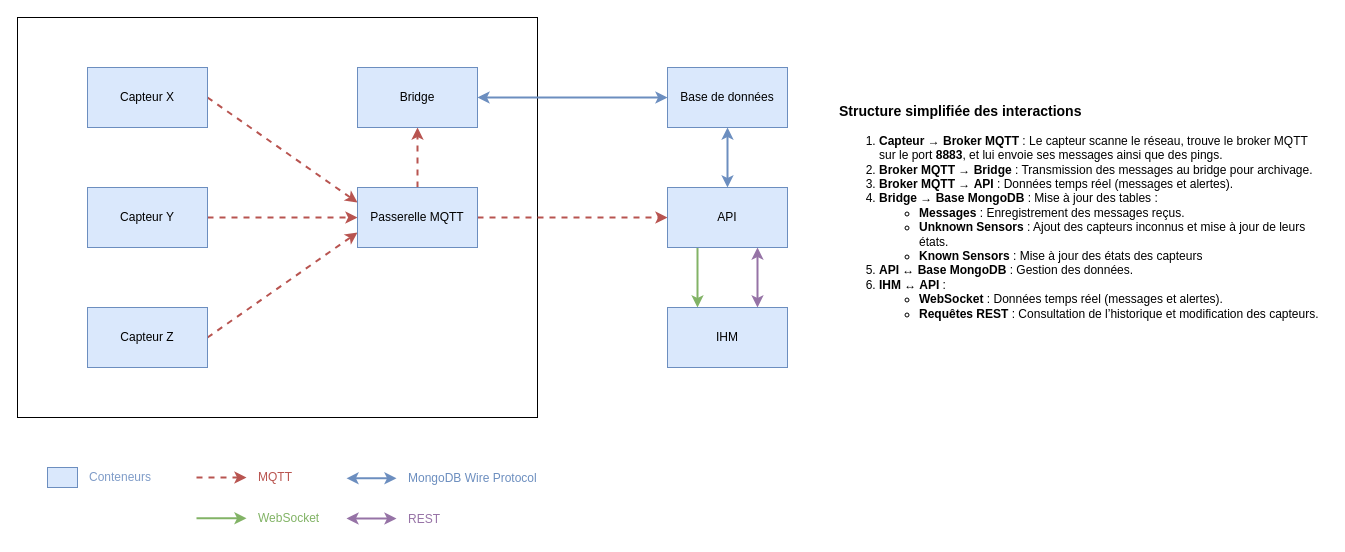
Above: sketch/Architecture.drawio in Mathis-Hu/IoT_Domotique (draw.io), before the change. Source tidied: cells renumbered, new cells numbered last; positions are measured from the earlier drawing's top-left corner, leaving out a move shared by most shapes. Both pictures are drawn from the tidied source at 100%, with x=0, y=0 at pixel (17, 17).
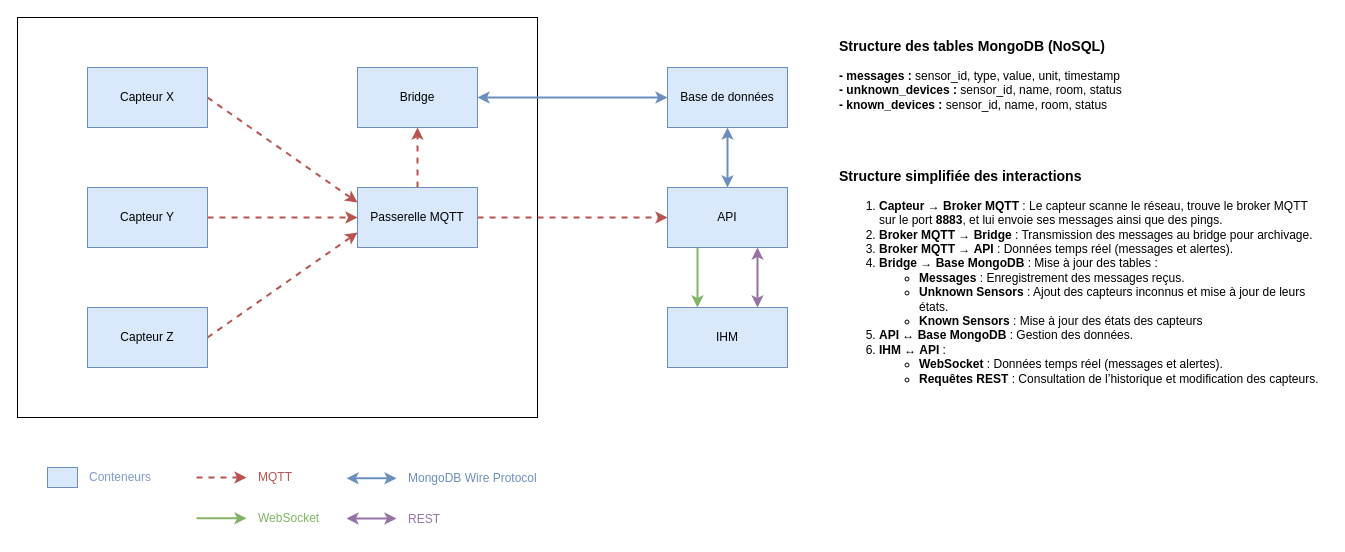
The same page after the edit.

The edit, as a diff of the source:
```diff
@@
     <mxCell id="30" value="&lt;h3&gt;Structure simplifiée des interactions&lt;/h3&gt;&lt;ol&gt;&lt;li&gt;&lt;strong&gt;Capteur → Broker MQTT&lt;/strong&gt; : Le capteur scanne le réseau, trouve le broker MQTT sur le port &lt;strong&gt;8883&lt;/strong&gt;, et lui envoie ses messages ainsi que des pings.&lt;/li&gt;&lt;li&gt;&lt;strong&gt;Broker MQTT → Bridge&lt;/strong&gt; : Transmission des messages au bridge pour archivage.&lt;/li&gt;&lt;li&gt;&lt;strong&gt;&lt;strong&gt;&lt;strong&gt;Broker MQTT&amp;nbsp;&lt;/strong&gt;→&lt;/strong&gt;&amp;nbsp;API&amp;nbsp;&lt;/strong&gt;: Données temps réel (messages et alertes).&lt;/li&gt;&lt;li&gt;&lt;strong&gt;Bridge → Base MongoDB&lt;/strong&gt; : Mise à jour des tables :&lt;ul&gt;&lt;li&gt;&lt;strong&gt;Messages&lt;/strong&gt; : Enregistrement des messages reçus.&lt;/li&gt;&lt;li&gt;&lt;strong&gt;Unknown Sensors&lt;/strong&gt; : Ajout des capteurs inconnus et mise à jour de leurs états.&lt;/li&gt;&lt;li&gt;&lt;strong&gt;Known Sensors&lt;/strong&gt; : Mise à jour des états des capteurs&lt;/li&gt;&lt;/ul&gt;&lt;/li&gt;&lt;li&gt;&lt;strong&gt;API ↔ Base MongoDB&lt;/strong&gt; : Gestion des données.&lt;/li&gt;&lt;li&gt;&lt;strong&gt;IHM ↔ API&lt;/strong&gt;&amp;nbsp;:&lt;ul&gt;&lt;li&gt;&lt;strong&gt;WebSocket&lt;/strong&gt;&amp;nbsp;: Données temps réel (messages et alertes).&lt;/li&gt;&lt;li&gt;&lt;strong&gt;Requêtes REST&lt;/strong&gt;&amp;nbsp;: Consultation de l’historique et modification des capteurs.&lt;/li&gt;&lt;/ul&gt;&lt;/li&gt;&lt;/ol&gt;" style="text;whiteSpace=wrap;html=1;" parent="1" vertex="1">
-      <mxGeometry x="820" y="65" width="490" height="270" as="geometry" />
+      <mxGeometry x="820" y="130" width="490" height="270" as="geometry" />
     </mxCell>
+    <mxCell id="31" value="&lt;h3&gt;Structure des tables MongoDB (NoSQL)&lt;/h3&gt;&lt;div&gt;&lt;b&gt;- messages&amp;nbsp;: &lt;/b&gt;sensor_id, type, value, unit, timestamp&lt;/div&gt;&lt;div&gt;&lt;b&gt;- unknown_devices :&amp;nbsp;&lt;/b&gt;&lt;span style=&quot;background-color: transparent; color: light-dark(rgb(0, 0, 0), rgb(255, 255, 255));&quot;&gt;sensor_id, name, room, status&lt;/span&gt;&lt;/div&gt;&lt;div&gt;&lt;b&gt;- known_devices :&amp;nbsp;&lt;/b&gt;&lt;span style=&quot;background-color: transparent; color: light-dark(rgb(0, 0, 0), rgb(255, 255, 255));&quot;&gt;sensor_id, name, room, status&lt;/span&gt;&lt;/div&gt;" style="text;whiteSpace=wrap;html=1;" parent="1" vertex="1">
+      <mxGeometry x="820" width="490" height="110" as="geometry" />
+    </mxCell>
```
